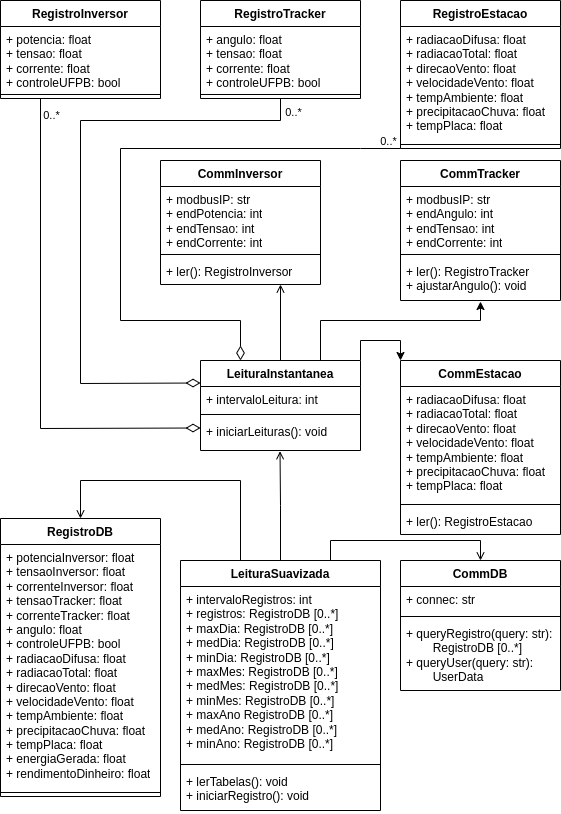
The draw.io diagram diagrama de classes.drawio.png in jaedson-barbosa/supervisorio-solar-ufpb-docs, before a commit. Source tidied: cells renumbered, new cells last; positions are measured from the earlier drawing's top-left corner, leaving out a move shared by most shapes.
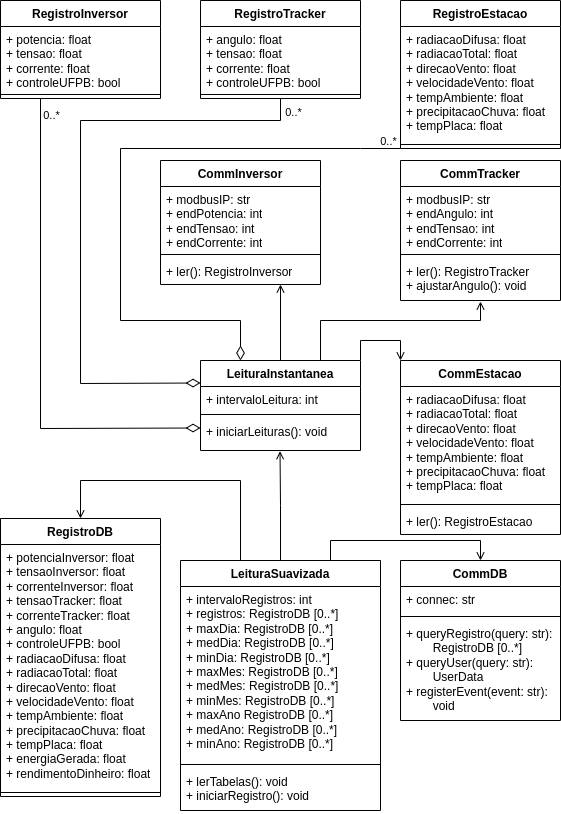
After the commit.

Change to the diagram source:
```diff
@@ -133,7 +133,7 @@
       <mxGeometry y="208" width="200" height="42" as="geometry" />
     </mxCell>
     <mxCell id="36" value="CommDB" style="swimlane;fontStyle=1;align=center;verticalAlign=top;horizontal=1;startSize=26;whiteSpace=wrap;html=1;" parent="1" vertex="1">
-      <mxGeometry x="400" y="560" width="160" height="130" as="geometry" />
+      <mxGeometry x="400" y="560" width="160" height="160" as="geometry" />
     </mxCell>
     <mxCell id="37" value="+ connec: str" style="text;strokeColor=none;fillColor=none;align=left;verticalAlign=top;spacingLeft=4;spacingRight=4;overflow=hidden;whiteSpace=wrap;html=1;" parent="36" vertex="1">
       <mxGeometry y="26" width="160" height="26" as="geometry" />
@@ -141,16 +141,16 @@
     <mxCell id="38" style="line;strokeWidth=1;fillColor=none;align=left;verticalAlign=middle;spacingTop=-1;spacingLeft=3;spacingRight=3;labelPosition=right;strokeColor=inherit;" parent="36" vertex="1">
       <mxGeometry y="52" width="160" height="8" as="geometry" />
     </mxCell>
-    <mxCell id="39" value="+ queryRegistro(query: str): &lt;span style=&quot;white-space: pre;&quot;&gt;&#9;&lt;/span&gt;RegistroDB [0..*]&lt;br&gt;+ queryUser(query: str): &lt;span style=&quot;white-space: pre;&quot;&gt;&#9;&lt;/span&gt;UserData" style="text;strokeColor=none;fillColor=none;align=left;verticalAlign=top;spacingLeft=4;spacingRight=4;overflow=hidden;whiteSpace=wrap;html=1;" parent="36" vertex="1">
-      <mxGeometry y="60" width="160" height="70" as="geometry" />
+    <mxCell id="39" value="+ queryRegistro(query: str): &lt;span style=&quot;white-space: pre;&quot;&gt;&#9;&lt;/span&gt;RegistroDB [0..*]&lt;br&gt;+ queryUser(query: str): &lt;span style=&quot;white-space: pre;&quot;&gt;&#9;&lt;/span&gt;UserData&lt;br&gt;+ registerEvent(event: str): &lt;span style=&quot;white-space: pre;&quot;&gt;&#9;&lt;/span&gt;void" style="text;strokeColor=none;fillColor=none;align=left;verticalAlign=top;spacingLeft=4;spacingRight=4;overflow=hidden;whiteSpace=wrap;html=1;" parent="36" vertex="1">
+      <mxGeometry y="60" width="160" height="100" as="geometry" />
     </mxCell>
     <mxCell id="40" style="edgeStyle=orthogonalEdgeStyle;rounded=0;jettySize=auto;html=1;exitX=0.5;exitY=0;exitDx=0;exitDy=0;entryX=0.75;entryY=1;entryDx=0;entryDy=0;endArrow=open;endFill=0;" parent="1" edge="1" source="43" target="17">
       <mxGeometry relative="1" as="geometry" />
     </mxCell>
-    <mxCell id="41" style="edgeStyle=orthogonalEdgeStyle;rounded=0;jettySize=auto;html=1;exitX=1;exitY=0;exitDx=0;exitDy=0;entryX=0;entryY=0;entryDx=0;entryDy=0;" parent="1" edge="1" source="43" target="25">
+    <mxCell id="41" style="edgeStyle=orthogonalEdgeStyle;rounded=0;jettySize=auto;html=1;exitX=1;exitY=0;exitDx=0;exitDy=0;entryX=0;entryY=0;entryDx=0;entryDy=0;endArrow=open;endFill=0;" parent="1" edge="1" source="43" target="25">
       <mxGeometry relative="1" as="geometry" />
     </mxCell>
-    <mxCell id="42" style="edgeStyle=orthogonalEdgeStyle;rounded=0;jettySize=auto;html=1;exitX=0.75;exitY=0;exitDx=0;exitDy=0;entryX=0.5;entryY=1.024;entryDx=0;entryDy=0;entryPerimeter=0;" parent="1" edge="1" source="43" target="24">
+    <mxCell id="42" style="edgeStyle=orthogonalEdgeStyle;rounded=0;jettySize=auto;html=1;exitX=0.75;exitY=0;exitDx=0;exitDy=0;entryX=0.5;entryY=1.024;entryDx=0;entryDy=0;entryPerimeter=0;endArrow=open;endFill=0;" parent="1" edge="1" source="43" target="24">
       <mxGeometry relative="1" as="geometry">
         <Array as="points">
           <mxPoint x="320" y="320" />
```
